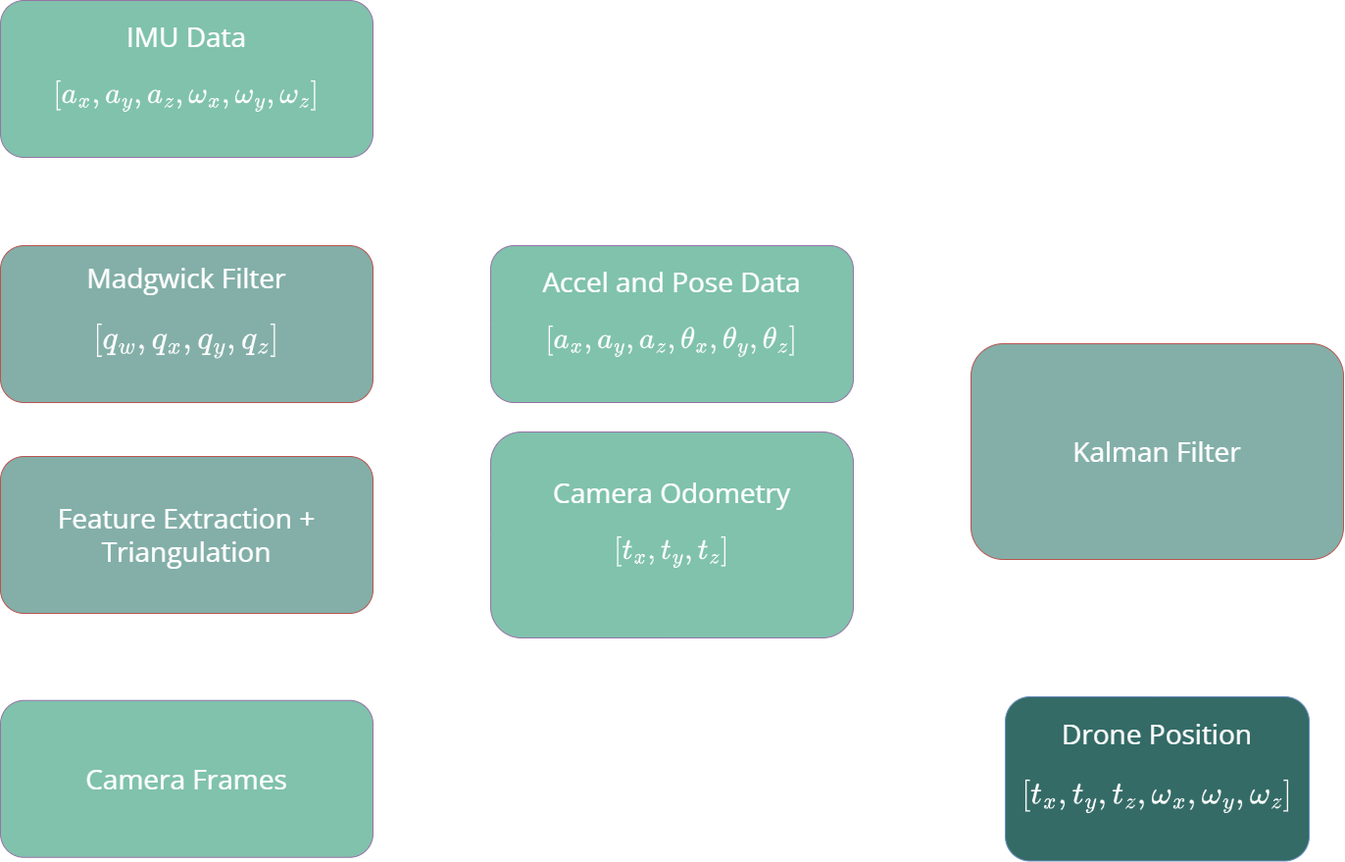
This is report/figures/VIO-arch.png from sahil-kale/fpv-drone-vio, a draw.io export, as it was before one commit. Source tidied: cells renumbered, new cells last; positions are measured from the earlier drawing's top-left corner, leaving out a move shared by most shapes.
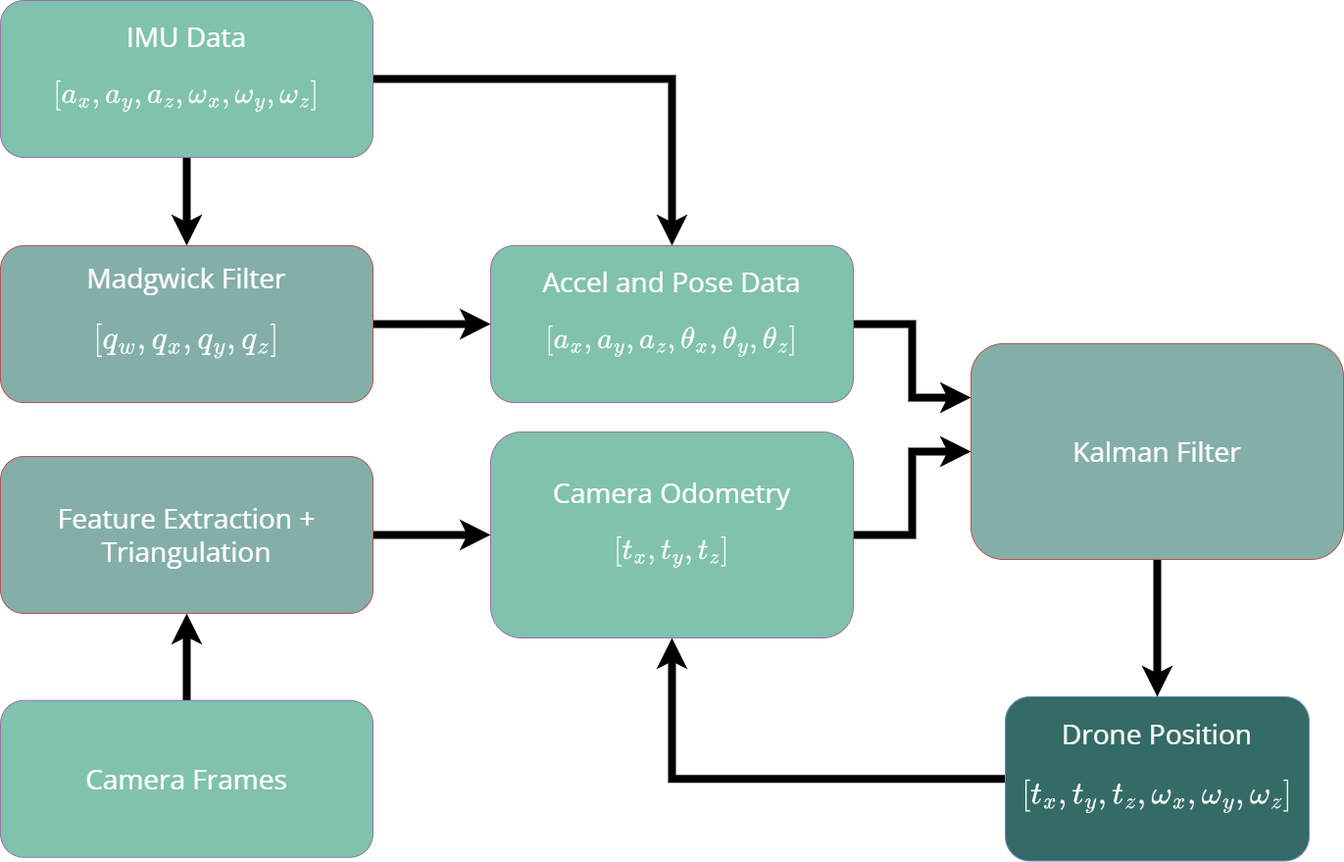
The same diagram one commit later.

Commit message:
added assumptions and new figure for overall arch

Change to the diagram source:
```diff
@@ -2,52 +2,52 @@
   <root>
     <mxCell id="0" />
     <mxCell id="1" parent="0" />
-    <mxCell id="2" style="edgeStyle=orthogonalEdgeStyle;rounded=0;jettySize=auto;html=1;entryX=0;entryY=0.25;entryDx=0;entryDy=0;strokeWidth=5;strokeColor=light-dark(#ffffff, #ededed);" parent="1" edge="1" source="3" target="18">
+    <mxCell id="2" style="edgeStyle=orthogonalEdgeStyle;rounded=0;jettySize=auto;html=1;entryX=0;entryY=0.25;entryDx=0;entryDy=0;strokeWidth=8;strokeColor=light-dark(#000000,#EDEDED);" parent="1" edge="1" source="3" target="18">
       <mxGeometry relative="1" as="geometry" />
     </mxCell>
     <mxCell id="3" value="&lt;font style=&quot;font-size: 28px;&quot; face=&quot;Open Sans&quot;&gt;Accel and Pose Data&lt;/font&gt;&lt;div&gt;&lt;font style=&quot;font-size: 26px;&quot;&gt;$$[ a_x , a_y, a_z, \theta_x, \theta_y, \theta_z] $$&lt;/font&gt;&lt;/div&gt;" style="rounded=1;whiteSpace=wrap;html=1;fillColor=light-dark(#80c2ac, #392F3F);strokeColor=#9673a6;fontColor=#FFFFFF;" parent="1" vertex="1">
       <mxGeometry x="500" y="250" width="370" height="160" as="geometry" />
     </mxCell>
-    <mxCell id="4" style="edgeStyle=orthogonalEdgeStyle;rounded=0;jettySize=auto;html=1;exitX=1;exitY=0.5;exitDx=0;exitDy=0;strokeWidth=5;strokeColor=light-dark(#ffffff, #ededed);" parent="1" edge="1" source="5" target="18">
+    <mxCell id="4" style="edgeStyle=orthogonalEdgeStyle;rounded=0;jettySize=auto;html=1;exitX=1;exitY=0.5;exitDx=0;exitDy=0;strokeWidth=8;strokeColor=light-dark(#000000,#EDEDED);" parent="1" edge="1" source="5" target="18">
       <mxGeometry relative="1" as="geometry" />
     </mxCell>
     <mxCell id="5" value="&lt;font style=&quot;font-size: 28px;&quot; face=&quot;Open Sans&quot;&gt;Camera Odometry&lt;/font&gt;&lt;div&gt;&lt;span style=&quot;font-size: 26px;&quot;&gt;$$[ t_x , t_y, t_z] $$&lt;/span&gt;&lt;/div&gt;" style="rounded=1;whiteSpace=wrap;html=1;fillColor=light-dark(#80c2ac, #392F3F);strokeColor=#9673a6;fontColor=#FFFFFF;" parent="1" vertex="1">
       <mxGeometry x="500" y="440" width="370" height="210" as="geometry" />
     </mxCell>
-    <mxCell id="6" style="edgeStyle=orthogonalEdgeStyle;rounded=0;jettySize=auto;html=1;entryX=0.5;entryY=1;entryDx=0;entryDy=0;strokeWidth=5;strokeColor=light-dark(#ffffff, #ededed);" parent="1" edge="1" source="7" target="5">
+    <mxCell id="6" style="edgeStyle=orthogonalEdgeStyle;rounded=0;jettySize=auto;html=1;entryX=0.5;entryY=1;entryDx=0;entryDy=0;strokeWidth=8;strokeColor=light-dark(#000000,#EDEDED);" parent="1" edge="1" source="7" target="5">
       <mxGeometry relative="1" as="geometry" />
     </mxCell>
     <mxCell id="7" value="&lt;div&gt;&lt;font face=&quot;Open Sans&quot; style=&quot;color: rgb(255, 255, 255); font-size: 28px;&quot;&gt;Drone Position&lt;/font&gt;&lt;/div&gt;&lt;div&gt;&lt;font style=&quot;color: rgb(255, 255, 255); font-size: 28px;&quot;&gt;$$[ t_x , t_y, t_z, \omega_x, \omega_y, \omega_z] $$&lt;/font&gt;&lt;/div&gt;" style="rounded=1;whiteSpace=wrap;html=1;fillColor=light-dark(#346b66, #1d293b);strokeColor=#6c8ebf;" parent="1" vertex="1">
       <mxGeometry x="1025" y="710" width="310" height="167.5" as="geometry" />
     </mxCell>
-    <mxCell id="8" style="edgeStyle=orthogonalEdgeStyle;rounded=0;jettySize=auto;html=1;exitX=0.5;exitY=1;exitDx=0;exitDy=0;entryX=0.5;entryY=0;entryDx=0;entryDy=0;strokeWidth=5;strokeColor=light-dark(#ffffff, #ededed);" parent="1" edge="1" source="10" target="12">
+    <mxCell id="8" style="edgeStyle=orthogonalEdgeStyle;rounded=0;jettySize=auto;html=1;exitX=0.5;exitY=1;exitDx=0;exitDy=0;entryX=0.5;entryY=0;entryDx=0;entryDy=0;strokeWidth=8;strokeColor=light-dark(#000000,#EDEDED);" parent="1" edge="1" source="10" target="12">
       <mxGeometry relative="1" as="geometry" />
     </mxCell>
-    <mxCell id="9" style="edgeStyle=orthogonalEdgeStyle;rounded=0;jettySize=auto;html=1;exitX=1;exitY=0.5;exitDx=0;exitDy=0;entryX=0.5;entryY=0;entryDx=0;entryDy=0;strokeColor=light-dark(#ffffff, #ededed);strokeWidth=5;" parent="1" edge="1" source="10" target="3">
+    <mxCell id="9" style="edgeStyle=orthogonalEdgeStyle;rounded=0;jettySize=auto;html=1;exitX=1;exitY=0.5;exitDx=0;exitDy=0;entryX=0.5;entryY=0;entryDx=0;entryDy=0;strokeColor=light-dark(#000000,#EDEDED);strokeWidth=8;" parent="1" edge="1" source="10" target="3">
       <mxGeometry relative="1" as="geometry" />
     </mxCell>
     <mxCell id="10" value="&lt;font style=&quot;font-size: 28px;&quot; face=&quot;Open Sans&quot;&gt;IMU Data&lt;/font&gt;&lt;div&gt;&lt;font style=&quot;font-size: 26px;&quot;&gt;$$[ a_x , a_y, a_z, \omega_x, \omega_y, \omega_z] $$&lt;/font&gt;&lt;/div&gt;" style="rounded=1;whiteSpace=wrap;html=1;fillColor=light-dark(#80C2AC,#392F3F);strokeColor=#9673a6;fontColor=#FFFFFF;" parent="1" vertex="1">
       <mxGeometry width="380" height="160" as="geometry" />
     </mxCell>
-    <mxCell id="11" style="edgeStyle=orthogonalEdgeStyle;rounded=0;jettySize=auto;html=1;exitX=1;exitY=0.5;exitDx=0;exitDy=0;entryX=0;entryY=0.5;entryDx=0;entryDy=0;strokeWidth=5;strokeColor=#FFFFFF;" parent="1" edge="1" source="12" target="3">
+    <mxCell id="11" style="edgeStyle=orthogonalEdgeStyle;rounded=0;jettySize=auto;html=1;exitX=1;exitY=0.5;exitDx=0;exitDy=0;entryX=0;entryY=0.5;entryDx=0;entryDy=0;strokeWidth=8;strokeColor=light-dark(#000000, #121212);" parent="1" edge="1" source="12" target="3">
       <mxGeometry relative="1" as="geometry" />
     </mxCell>
     <mxCell id="12" value="&lt;font face=&quot;Open Sans&quot;&gt;&lt;span style=&quot;font-size: 28px;&quot;&gt;Madgwick Filter&lt;br&gt;$$[q_w, q_x, q_y, q_z]$$&lt;/span&gt;&lt;/font&gt;" style="rounded=1;whiteSpace=wrap;html=1;fillColor=light-dark(#83afa8, #512d2b);strokeColor=#b85450;fontColor=#FFFFFF;" parent="1" vertex="1">
       <mxGeometry y="250" width="380" height="160" as="geometry" />
     </mxCell>
-    <mxCell id="13" style="edgeStyle=orthogonalEdgeStyle;rounded=0;jettySize=auto;html=1;exitX=0.5;exitY=0;exitDx=0;exitDy=0;entryX=0.5;entryY=1;entryDx=0;entryDy=0;strokeWidth=4;strokeColor=light-dark(#ffffff, #ededed);" parent="1" edge="1" source="14" target="16">
+    <mxCell id="13" style="edgeStyle=orthogonalEdgeStyle;rounded=0;jettySize=auto;html=1;exitX=0.5;exitY=0;exitDx=0;exitDy=0;entryX=0.5;entryY=1;entryDx=0;entryDy=0;strokeWidth=8;strokeColor=light-dark(#000000,#EDEDED);" parent="1" edge="1" source="14" target="16">
       <mxGeometry relative="1" as="geometry" />
     </mxCell>
     <mxCell id="14" value="&lt;font face=&quot;Open Sans&quot;&gt;&lt;span style=&quot;font-size: 28px;&quot;&gt;Camera Frames&lt;/span&gt;&lt;/font&gt;" style="rounded=1;whiteSpace=wrap;html=1;fillColor=light-dark(#80C2AC,#392F3F);strokeColor=#9673a6;fontColor=#FFFFFF;" parent="1" vertex="1">
       <mxGeometry y="713.8" width="380" height="160" as="geometry" />
     </mxCell>
-    <mxCell id="15" style="edgeStyle=orthogonalEdgeStyle;rounded=0;jettySize=auto;html=1;exitX=1;exitY=0.5;exitDx=0;exitDy=0;entryX=0;entryY=0.5;entryDx=0;entryDy=0;strokeWidth=5;strokeColor=light-dark(#ffffff, #ededed);" parent="1" edge="1" source="16" target="5">
+    <mxCell id="15" style="edgeStyle=orthogonalEdgeStyle;rounded=0;jettySize=auto;html=1;exitX=1;exitY=0.5;exitDx=0;exitDy=0;entryX=0;entryY=0.5;entryDx=0;entryDy=0;strokeWidth=8;strokeColor=light-dark(#000000,#EDEDED);" parent="1" edge="1" source="16" target="5">
       <mxGeometry relative="1" as="geometry" />
     </mxCell>
     <mxCell id="16" value="&lt;font face=&quot;Open Sans&quot;&gt;&lt;span style=&quot;font-size: 28px;&quot;&gt;Feature Extraction + Triangulation&lt;/span&gt;&lt;/font&gt;" style="rounded=1;whiteSpace=wrap;html=1;fillColor=light-dark(#83afa8, #512d2b);strokeColor=#b85450;fontColor=#FFFFFF;" parent="1" vertex="1">
       <mxGeometry y="465" width="380" height="160" as="geometry" />
     </mxCell>
-    <mxCell id="17" style="edgeStyle=orthogonalEdgeStyle;rounded=0;jettySize=auto;html=1;exitX=0.5;exitY=1;exitDx=0;exitDy=0;entryX=0.5;entryY=0;entryDx=0;entryDy=0;strokeColor=light-dark(#ffffff, #ededed);strokeWidth=5;" parent="1" edge="1" source="18" target="7">
+    <mxCell id="17" style="edgeStyle=orthogonalEdgeStyle;rounded=0;jettySize=auto;html=1;exitX=0.5;exitY=1;exitDx=0;exitDy=0;entryX=0.5;entryY=0;entryDx=0;entryDy=0;strokeColor=light-dark(#000000,#EDEDED);strokeWidth=8;" parent="1" edge="1" source="18" target="7">
       <mxGeometry relative="1" as="geometry" />
     </mxCell>
     <mxCell id="18" value="&lt;font face=&quot;Open Sans&quot;&gt;&lt;span style=&quot;font-size: 28px;&quot;&gt;Kalman Filter&lt;/span&gt;&lt;/font&gt;" style="rounded=1;whiteSpace=wrap;html=1;fillColor=light-dark(#83afa8, #512d2b);strokeColor=#b85450;fontColor=#FFFFFF;" parent="1" vertex="1">
```
